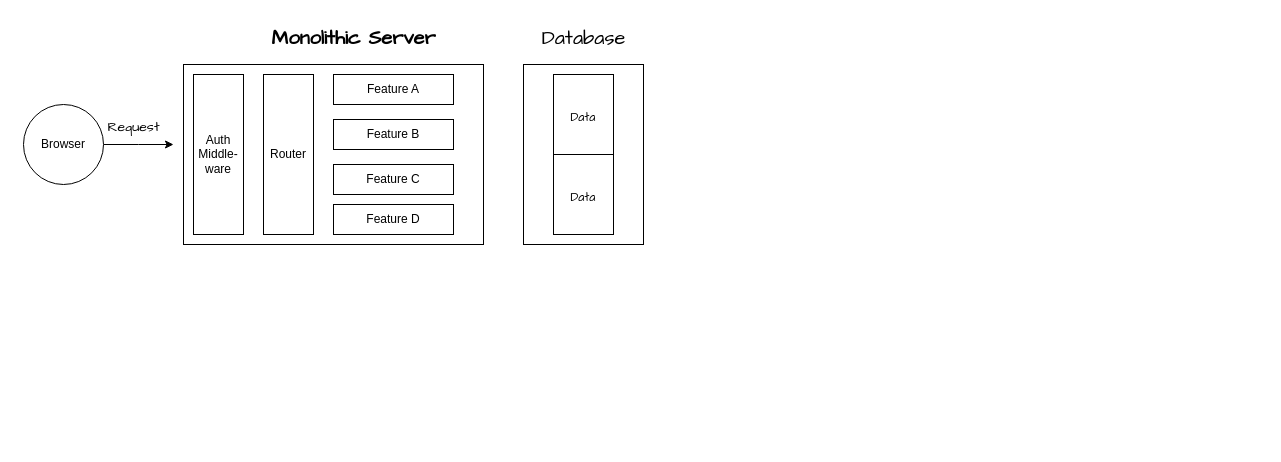
Earlier version of the draw.io diagram page "Monolithic Server" (1 of 2) of diagrams/microservice.drawio (Abdur-Razzak-Rouzex/microservice-diagrams). Source tidied: cells renumbered, new cells numbered last; positions are measured from the earlier drawing's top-left corner, leaving out a move shared by most shapes. Both pictures are drawn from the tidied source at 100%, with x=0, y=0 at pixel (23, 17).
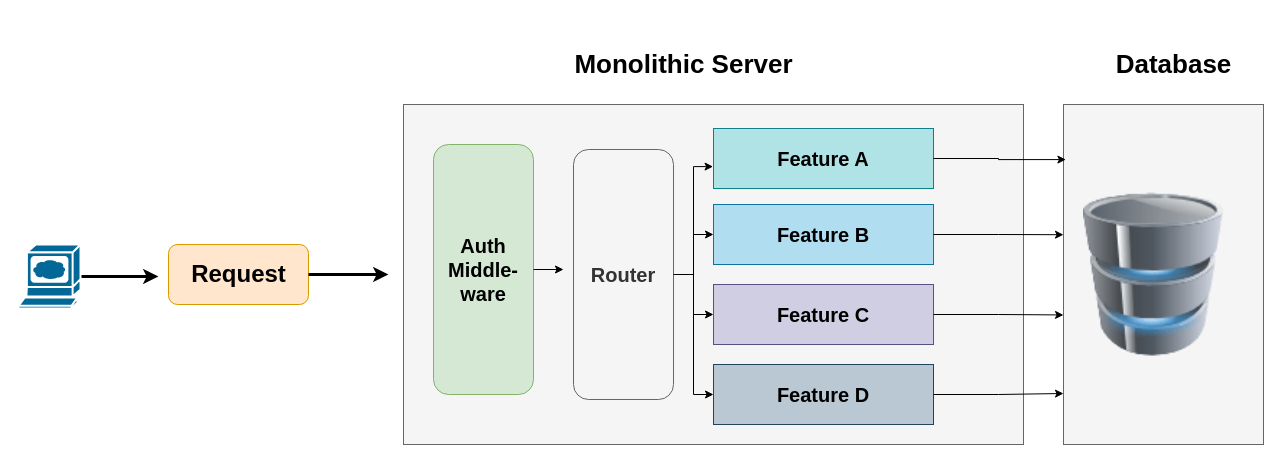
Above is the later version.

The edit, as a diff of the source:
```diff
@@
-    <mxCell id="2" style="edgeStyle=orthogonalEdgeStyle;rounded=0;hachureGap=4;jettySize=auto;html=1;fontFamily=Architects Daughter;fontSize=16;labelBackgroundColor=none;fontColor=default;" parent="1" edge="1" source="3">
-      <mxGeometry relative="1" as="geometry">
-        <mxPoint x="150" y="127" as="targetPoint" />
-      </mxGeometry>
-    </mxCell>
-    <mxCell id="3" value="Browser" style="ellipse;whiteSpace=wrap;html=1;rounded=0;labelBackgroundColor=none;" parent="1" vertex="1">
-      <mxGeometry y="87" width="80" height="80" as="geometry" />
-    </mxCell>
-    <mxCell id="4" style="rounded=0;whiteSpace=wrap;html=1;labelBackgroundColor=none;" parent="1" vertex="1">
-      <mxGeometry x="160" y="47" width="300" height="180" as="geometry" />
-    </mxCell>
-    <mxCell id="5" value="Auth&lt;br&gt;Middle-&lt;br&gt;ware" style="rounded=0;whiteSpace=wrap;html=1;labelBackgroundColor=none;" parent="1" vertex="1">
-      <mxGeometry x="170" y="57" width="50" height="160" as="geometry" />
-    </mxCell>
+    <mxCell id="17" style="group;fillColor=#f5f5f5;strokeColor=#666666;fontColor=#333333;" parent="1" vertex="1">
+      <mxGeometry x="1040" y="87" width="200" height="340" as="geometry" />
+    </mxCell>
+    <mxCell id="18" style="rounded=0;whiteSpace=wrap;html=1;fillColor=#f5f5f5;fontColor=#333333;strokeColor=#666666;" parent="17" vertex="1">
+      <mxGeometry width="200" height="340" as="geometry" />
+    </mxCell>
+    <mxCell id="19" style="image;html=1;image=img/lib/clip_art/computers/Database_128x128.png;" parent="17" vertex="1">
+      <mxGeometry x="20" y="55" width="140" height="230" as="geometry" />
+    </mxCell>
+    <mxCell id="15" value="&lt;font style=&quot;font-size: 26px;&quot;&gt;Monolithic Server&lt;/font&gt;" style="text;strokeColor=none;fillColor=none;html=1;fontSize=24;fontStyle=1;verticalAlign=middle;align=center;" parent="1" vertex="1">
+      <mxGeometry x="530" y="27" width="260" height="40" as="geometry" />
+    </mxCell>
+    <mxCell id="16" value="&lt;font style=&quot;font-size: 26px;&quot;&gt;Database&lt;/font&gt;" style="text;strokeColor=none;fillColor=none;html=1;fontSize=24;fontStyle=1;verticalAlign=middle;align=center;" parent="1" vertex="1">
+      <mxGeometry x="1085" y="27" width="130" height="40" as="geometry" />
+    </mxCell>
+    <mxCell id="20" style="group;fillColor=#f5f5f5;strokeColor=#666666;fontColor=#333333;" parent="1" vertex="1">
+      <mxGeometry x="380" y="87" width="620" height="340" as="geometry" />
+    </mxCell>
+    <mxCell id="21" style="rounded=0;whiteSpace=wrap;html=1;fillColor=#f5f5f5;fontColor=#333333;strokeColor=#666666;" parent="20" vertex="1">
+      <mxGeometry width="620" height="340" as="geometry" />
+    </mxCell>
+    <mxCell id="22" value="&lt;font style=&quot;font-size: 20px;&quot;&gt;&lt;b&gt;Auth Middle-ware&lt;/b&gt;&lt;/font&gt;" style="rounded=1;whiteSpace=wrap;html=1;fillColor=#d5e8d4;strokeColor=#82b366;" parent="20" vertex="1">
+      <mxGeometry x="30" y="40" width="100" height="250" as="geometry" />
+    </mxCell>
+    <mxCell id="23" style="edgeStyle=orthogonalEdgeStyle;rounded=0;jettySize=auto;html=1;entryX=0;entryY=0.5;entryDx=0;entryDy=0;" parent="20" edge="1" source="6" target="8">
+      <mxGeometry relative="1" as="geometry" />
+    </mxCell>
+    <mxCell id="24" style="edgeStyle=orthogonalEdgeStyle;rounded=0;jettySize=auto;html=1;entryX=0;entryY=0.5;entryDx=0;entryDy=0;" parent="20" edge="1" source="6" target="9">
+      <mxGeometry relative="1" as="geometry" />
+    </mxCell>
+    <mxCell id="25" style="edgeStyle=orthogonalEdgeStyle;rounded=0;jettySize=auto;html=1;entryX=0;entryY=0.5;entryDx=0;entryDy=0;" parent="20" edge="1" source="6" target="10">
+      <mxGeometry relative="1" as="geometry" />
+    </mxCell>
-    <mxCell id="6" value="Router" style="rounded=0;whiteSpace=wrap;html=1;labelBackgroundColor=none;" parent="1" vertex="1">
-      <mxGeometry x="240" y="57" width="50" height="160" as="geometry" />
+    <mxCell id="6" value="&lt;b style=&quot;border-color: var(--border-color); font-size: 20px;&quot;&gt;Router&lt;/b&gt;" style="rounded=1;whiteSpace=wrap;html=1;fillColor=#f5f5f5;fontColor=#333333;strokeColor=#666666;" parent="20" vertex="1">
+      <mxGeometry x="170" y="45" width="100" height="250" as="geometry" />
     </mxCell>
-    <mxCell id="7" value="Feature A" style="rounded=0;whiteSpace=wrap;html=1;labelBackgroundColor=none;" parent="1" vertex="1">
-      <mxGeometry x="310" y="57" width="120" height="30" as="geometry" />
+    <mxCell id="7" value="&lt;span style=&quot;font-size: 20px;&quot;&gt;&lt;b&gt;Feature A&lt;/b&gt;&lt;/span&gt;" style="rounded=0;whiteSpace=wrap;html=1;fillColor=#b0e3e6;strokeColor=#0e8088;" parent="20" vertex="1">
+      <mxGeometry x="310" y="24" width="220" height="60" as="geometry" />
     </mxCell>
-    <mxCell id="8" value="Feature B" style="rounded=0;whiteSpace=wrap;html=1;labelBackgroundColor=none;" parent="1" vertex="1">
-      <mxGeometry x="310" y="102" width="120" height="30" as="geometry" />
+    <mxCell id="8" value="&lt;b style=&quot;border-color: var(--border-color); font-size: 20px;&quot;&gt;Feature B&lt;/b&gt;" style="rounded=0;whiteSpace=wrap;html=1;fillColor=#b1ddf0;strokeColor=#10739e;" parent="20" vertex="1">
+      <mxGeometry x="310" y="100" width="220" height="60" as="geometry" />
     </mxCell>
-    <mxCell id="9" value="Feature C" style="rounded=0;whiteSpace=wrap;html=1;labelBackgroundColor=none;" parent="1" vertex="1">
-      <mxGeometry x="310" y="147" width="120" height="30" as="geometry" />
+    <mxCell id="9" value="&lt;b style=&quot;border-color: var(--border-color); font-size: 20px;&quot;&gt;Feature C&lt;/b&gt;" style="rounded=0;whiteSpace=wrap;html=1;fillColor=#d0cee2;strokeColor=#56517e;" parent="20" vertex="1">
+      <mxGeometry x="310" y="180" width="220" height="60" as="geometry" />
     </mxCell>
-    <mxCell id="10" value="Feature D" style="rounded=0;whiteSpace=wrap;html=1;labelBackgroundColor=none;" parent="1" vertex="1">
-      <mxGeometry x="310" y="187" width="120" height="30" as="geometry" />
+    <mxCell id="10" value="&lt;span style=&quot;font-size: 20px;&quot;&gt;&lt;b&gt;Feature D&lt;/b&gt;&lt;/span&gt;" style="rounded=0;whiteSpace=wrap;html=1;fillColor=#bac8d3;strokeColor=#23445d;" parent="20" vertex="1">
+      <mxGeometry x="310" y="260" width="220" height="60" as="geometry" />
     </mxCell>
-    <mxCell id="11" style="rounded=0;whiteSpace=wrap;html=1;hachureGap=4;fontFamily=Architects Daughter;fontSize=20;labelBackgroundColor=none;" parent="1" vertex="1">
-      <mxGeometry x="500" y="47" width="120" height="180" as="geometry" />
-    </mxCell>
-    <mxCell id="12" value="&lt;font style=&quot;font-size: 12px;&quot;&gt;Data&lt;/font&gt;" style="rounded=0;whiteSpace=wrap;html=1;hachureGap=4;fontFamily=Architects Daughter;fontSize=20;labelBackgroundColor=none;" parent="1" vertex="1">
-      <mxGeometry x="530" y="57" width="60" height="80" as="geometry" />
-    </mxCell>
-    <mxCell id="13" value="&lt;font style=&quot;font-size: 12px;&quot;&gt;Data&lt;/font&gt;" style="rounded=0;whiteSpace=wrap;html=1;hachureGap=4;fontFamily=Architects Daughter;fontSize=20;labelBackgroundColor=none;" parent="1" vertex="1">
-      <mxGeometry x="530" y="137" width="60" height="80" as="geometry" />
-    </mxCell>
+    <mxCell id="26" style="edgeStyle=orthogonalEdgeStyle;rounded=0;jettySize=auto;html=1;exitX=1;exitY=0.5;exitDx=0;exitDy=0;entryX=0.258;entryY=0.484;entryDx=0;entryDy=0;entryPerimeter=0;" parent="20" edge="1" source="22" target="21">
+      <mxGeometry relative="1" as="geometry" />
+    </mxCell>
+    <mxCell id="27" style="edgeStyle=orthogonalEdgeStyle;rounded=0;jettySize=auto;html=1;entryX=-0.002;entryY=0.635;entryDx=0;entryDy=0;entryPerimeter=0;" parent="20" edge="1" source="6" target="7">
+      <mxGeometry relative="1" as="geometry" />
+    </mxCell>
+    <mxCell id="28" style="group;" parent="1" vertex="1">
+      <mxGeometry x="-5" y="227" width="370" height="64" as="geometry" />
+    </mxCell>
+    <mxCell id="29" style="edgeStyle=orthogonalEdgeStyle;rounded=0;jettySize=auto;html=1;exitX=1;exitY=0.5;exitDx=0;exitDy=0;exitPerimeter=0;strokeWidth=3;" parent="28" edge="1" source="30">
+      <mxGeometry relative="1" as="geometry">
+        <mxPoint x="140" y="32" as="targetPoint" />
+        <Array as="points">
+          <mxPoint x="120" y="32" />
+          <mxPoint x="120" y="32" />
+        </Array>
+      </mxGeometry>
+    </mxCell>
+    <mxCell id="30" style="shape=mxgraph.cisco.computers_and_peripherals.web_browser;html=1;dashed=0;fillColor=#036897;strokeColor=#ffffff;strokeWidth=2;verticalLabelPosition=bottom;verticalAlign=top;align=center;outlineConnect=0;" parent="28" vertex="1">
+      <mxGeometry width="62" height="64" as="geometry" />
+    </mxCell>
+    <mxCell id="31" style="rounded=1;whiteSpace=wrap;html=1;fillColor=#ffe6cc;strokeColor=#d79b00;" parent="28" vertex="1">
+      <mxGeometry x="150" width="140" height="60" as="geometry" />
+    </mxCell>
-    <mxCell id="14" value="&lt;font style=&quot;font-size: 14px;&quot;&gt;Request&lt;/font&gt;" style="text;html=1;align=center;verticalAlign=middle;strokeColor=none;fillColor=none;fontSize=20;fontFamily=Architects Daughter;rounded=0;labelBackgroundColor=none;" parent="1" vertex="1">
-      <mxGeometry x="70" y="87" width="80" height="40" as="geometry" />
+    <mxCell id="14" value="Request" style="text;strokeColor=none;fillColor=none;html=1;fontSize=24;fontStyle=1;verticalAlign=middle;align=center;" parent="28" vertex="1">
+      <mxGeometry x="170" y="10" width="100" height="40" as="geometry" />
     </mxCell>
-    <mxCell id="15" value="&lt;b&gt;Monolithic Server&lt;/b&gt;" style="text;html=1;align=center;verticalAlign=middle;strokeColor=none;fillColor=none;fontSize=20;fontFamily=Architects Daughter;rounded=0;labelBackgroundColor=none;" parent="1" vertex="1">
-      <mxGeometry x="235" width="190" height="40" as="geometry" />
-    </mxCell>
-    <mxCell id="16" value="Database" style="text;html=1;align=center;verticalAlign=middle;strokeColor=none;fillColor=none;fontSize=20;fontFamily=Architects Daughter;rounded=0;labelBackgroundColor=none;" parent="1" vertex="1">
-      <mxGeometry x="505" width="110" height="40" as="geometry" />
-    </mxCell>
+    <mxCell id="32" style="edgeStyle=orthogonalEdgeStyle;rounded=0;jettySize=auto;html=1;exitX=1;exitY=0.5;exitDx=0;exitDy=0;strokeWidth=3;" parent="28" edge="1" source="31">
+      <mxGeometry relative="1" as="geometry">
+        <mxPoint x="370" y="30" as="targetPoint" />
+      </mxGeometry>
+    </mxCell>
+    <mxCell id="33" style="edgeStyle=orthogonalEdgeStyle;rounded=0;jettySize=auto;html=1;exitX=1;exitY=0.5;exitDx=0;exitDy=0;" parent="1" edge="1" source="10">
+      <mxGeometry relative="1" as="geometry">
+        <mxPoint x="1040" y="376" as="targetPoint" />
+      </mxGeometry>
+    </mxCell>
+    <mxCell id="34" style="edgeStyle=orthogonalEdgeStyle;rounded=0;jettySize=auto;html=1;exitX=1;exitY=0.5;exitDx=0;exitDy=0;entryX=0;entryY=0.619;entryDx=0;entryDy=0;entryPerimeter=0;" parent="1" edge="1" source="9" target="18">
+      <mxGeometry relative="1" as="geometry" />
+    </mxCell>
+    <mxCell id="35" style="edgeStyle=orthogonalEdgeStyle;rounded=0;jettySize=auto;html=1;exitX=1;exitY=0.5;exitDx=0;exitDy=0;entryX=0;entryY=0.383;entryDx=0;entryDy=0;entryPerimeter=0;" parent="1" edge="1" source="8" target="18">
+      <mxGeometry relative="1" as="geometry" />
+    </mxCell>
+    <mxCell id="36" style="edgeStyle=orthogonalEdgeStyle;rounded=0;jettySize=auto;html=1;exitX=1;exitY=0.5;exitDx=0;exitDy=0;entryX=0.012;entryY=0.162;entryDx=0;entryDy=0;entryPerimeter=0;" parent="1" edge="1" source="7" target="18">
+      <mxGeometry relative="1" as="geometry" />
+    </mxCell>
```
